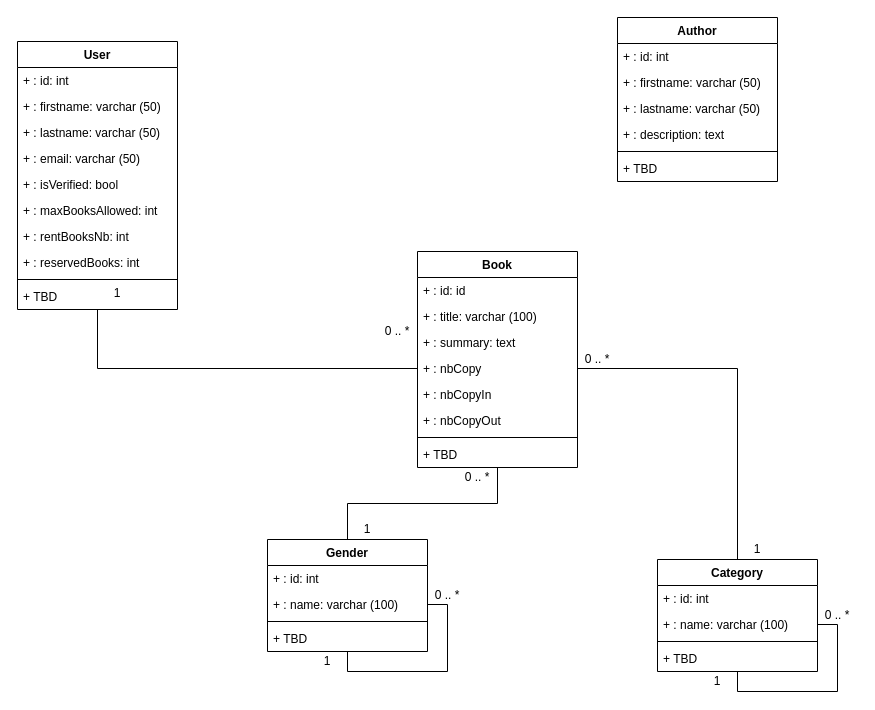
Before: page "UML Class Diagram" (2 of 2) of docs/library_store.drawio in pptech-ds/CDA-JS-LIbrary-Store, a draw.io diagram. Source tidied: cells renumbered, new cells numbered last; positions are measured from the earlier drawing's top-left corner, leaving out a move shared by most shapes. Both pictures are drawn from the tidied source at 100%, with x=0, y=0 at pixel (17, 17).
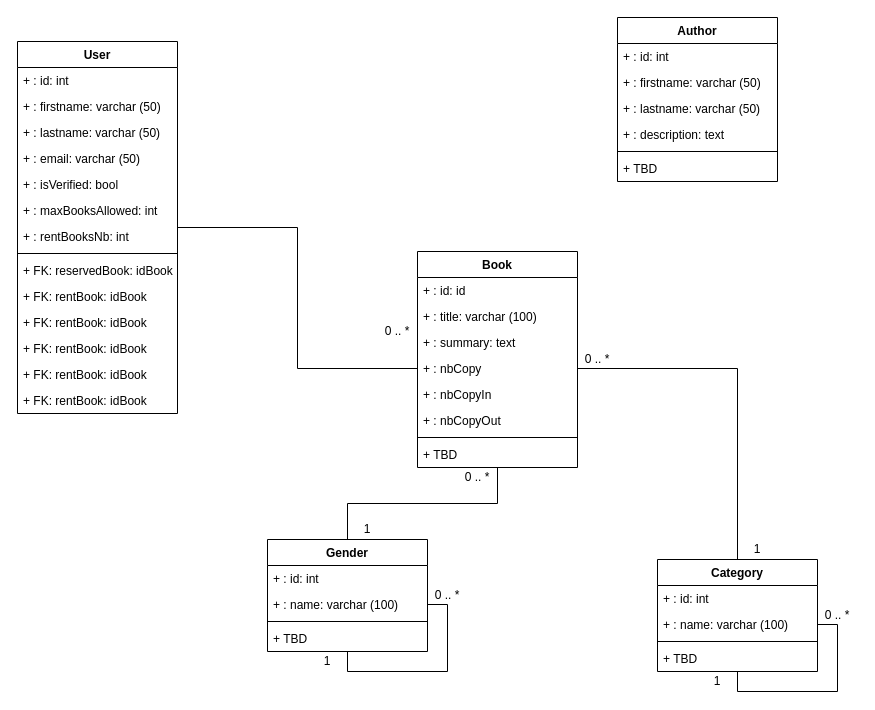
After the change.

Change to the diagram source:
```diff
@@
     <mxCell id="3" value="User" style="swimlane;fontStyle=1;align=center;verticalAlign=top;horizontal=1;startSize=26;" parent="1" vertex="1">
-      <mxGeometry y="24" width="160" height="268" as="geometry" />
+      <mxGeometry y="24" width="160" height="372" as="geometry" />
     </mxCell>
@@
-    <mxCell id="11" value="+ : reservedBooks: int  " style="text;strokeColor=none;fillColor=none;align=left;verticalAlign=top;spacingLeft=4;spacingRight=4;overflow=hidden;" parent="3" vertex="1">
-      <mxGeometry y="208" width="160" height="26" as="geometry" />
-    </mxCell>
     <mxCell id="12" style="line;strokeWidth=1;fillColor=none;align=left;verticalAlign=middle;spacingTop=-1;spacingLeft=3;spacingRight=3;labelPosition=right;" parent="3" vertex="1">
-      <mxGeometry y="234" width="160" height="8" as="geometry" />
+      <mxGeometry y="208" width="160" height="8" as="geometry" />
     </mxCell>
-    <mxCell id="13" value="+ TBD" style="text;strokeColor=none;fillColor=none;align=left;verticalAlign=top;spacingLeft=4;spacingRight=4;overflow=hidden;" parent="3" vertex="1">
-      <mxGeometry y="242" width="160" height="26" as="geometry" />
+    <mxCell id="13" value="+ FK: reservedBook: idBook" style="text;strokeColor=none;fillColor=none;align=left;verticalAlign=top;spacingLeft=4;spacingRight=4;overflow=hidden;" parent="3" vertex="1">
+      <mxGeometry y="216" width="160" height="26" as="geometry" />
     </mxCell>
+    <mxCell id="54" value="+ FK: rentBook: idBook" style="text;strokeColor=none;fillColor=none;align=left;verticalAlign=top;spacingLeft=4;spacingRight=4;overflow=hidden;" parent="3" vertex="1">
+      <mxGeometry y="242" width="160" height="26" as="geometry" />
+    </mxCell>
+    <mxCell id="55" value="+ FK: rentBook: idBook" style="text;strokeColor=none;fillColor=none;align=left;verticalAlign=top;spacingLeft=4;spacingRight=4;overflow=hidden;" parent="3" vertex="1">
+      <mxGeometry y="268" width="160" height="26" as="geometry" />
+    </mxCell>
+    <mxCell id="56" value="+ FK: rentBook: idBook" style="text;strokeColor=none;fillColor=none;align=left;verticalAlign=top;spacingLeft=4;spacingRight=4;overflow=hidden;" parent="3" vertex="1">
+      <mxGeometry y="294" width="160" height="26" as="geometry" />
+    </mxCell>
+    <mxCell id="57" value="+ FK: rentBook: idBook" style="text;strokeColor=none;fillColor=none;align=left;verticalAlign=top;spacingLeft=4;spacingRight=4;overflow=hidden;" parent="3" vertex="1">
+      <mxGeometry y="320" width="160" height="26" as="geometry" />
+    </mxCell>
+    <mxCell id="58" value="+ FK: rentBook: idBook" style="text;strokeColor=none;fillColor=none;align=left;verticalAlign=top;spacingLeft=4;spacingRight=4;overflow=hidden;" parent="3" vertex="1">
+      <mxGeometry y="346" width="160" height="26" as="geometry" />
+    </mxCell>
@@
-    <mxCell id="25" value="1" style="text;html=1;strokeColor=none;fillColor=none;align=center;verticalAlign=middle;whiteSpace=wrap;rounded=0;" parent="1" vertex="1">
-      <mxGeometry x="80" y="266" width="40" height="20" as="geometry" />
-    </mxCell>
```
